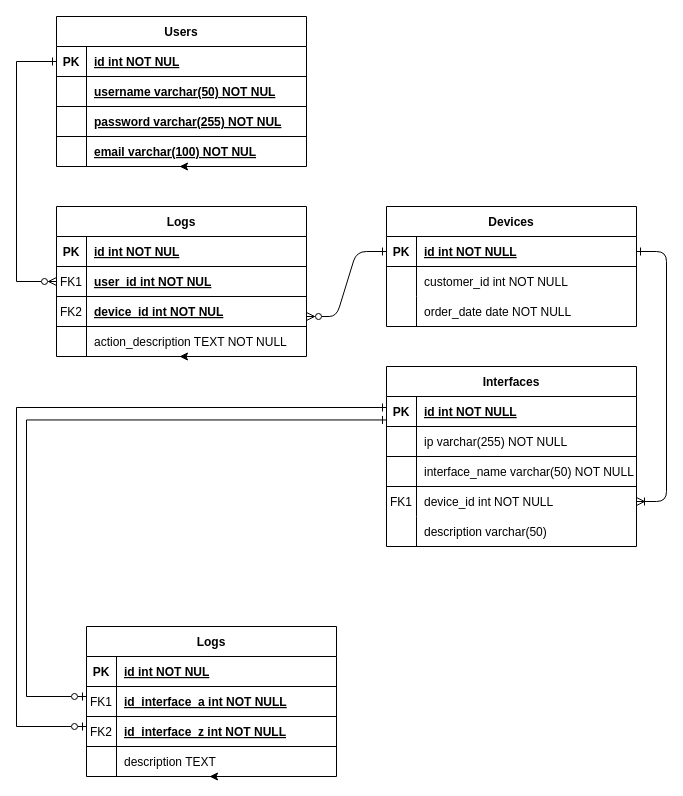
Above: DataBase/ERD.drawio in luizfrsantana/FSWDCapstoneProject (draw.io), before the change. Source tidied: cells renumbered, new cells numbered last; positions are measured from the earlier drawing's top-left corner, leaving out a move shared by most shapes. Both pictures are drawn from the tidied source at 100%, with x=0, y=0 at pixel (16, 16).
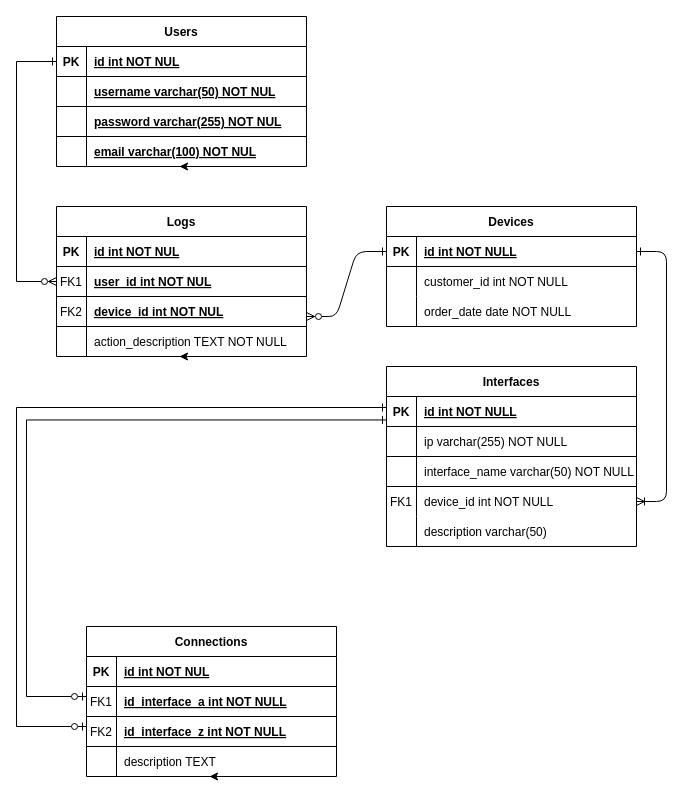
The same diagram, later.

Diff of the diagram source:
```diff
@@
-    <mxCell id="67" value="Logs" style="shape=table;startSize=30;childLayout=tableLayout;rowLines=0;fontStyle=1;align=center;" parent="1" vertex="1">
+    <mxCell id="67" value="Connections" style="shape=table;startSize=30;childLayout=tableLayout;rowLines=0;fontStyle=1;align=center;" parent="1" vertex="1">
       <mxGeometry x="70" y="610" width="250" height="150" as="geometry" />
     </mxCell>
```
